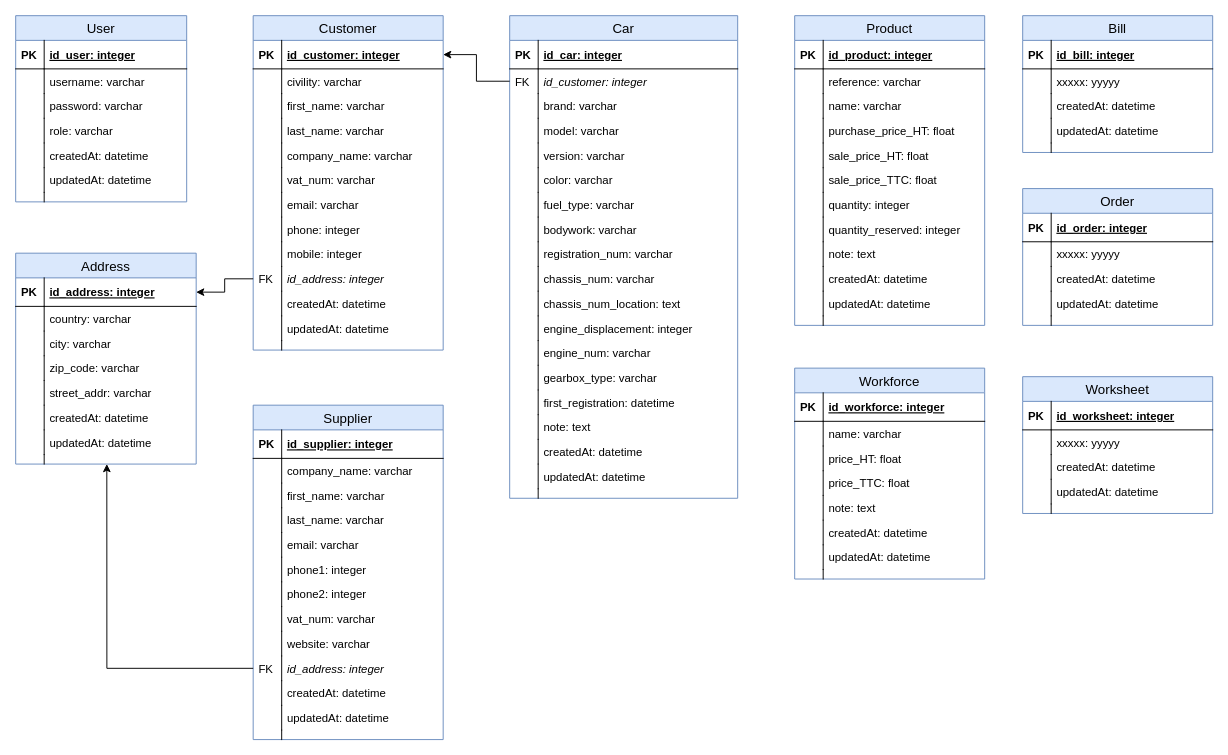
MMichotte/SLG_APP keeps this draw.io diagram as docs/database/slg_db_rel.drawio. Above is the earlier version. Source tidied: cells renumbered, new cells numbered last; positions are measured from the earlier drawing's top-left corner, leaving out a move shared by most shapes. Both pictures are drawn from the tidied source at 95%, with x=0, y=0 at pixel (15, 15).
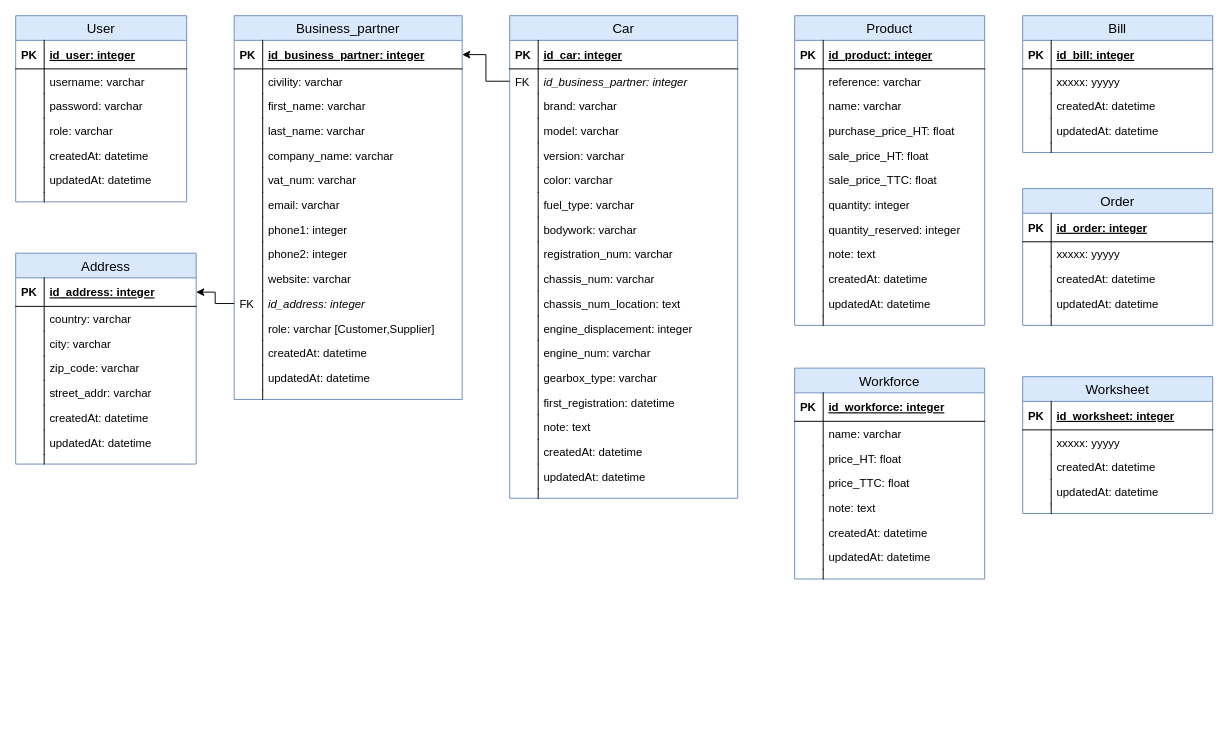
The same diagram, later.

The change refers to these unchanged cells:
```xml
<mxCell id="17" value="Car" style="swimlane;fontStyle=0;horizontal=1;startSize=26;fillColor=#dae8fc;swimlaneFillColor=#ffffff;align=center;fontSize=14;html=0;strokeColor=#6c8ebf;" parent="1" vertex="1">
  <mxGeometry x="520" width="240" height="508" as="geometry" />
</mxCell>
<mxCell id="98" style="shape=partialRectangle;top=0;left=0;right=0;bottom=0;align=left;verticalAlign=top;fillColor=none;spacingLeft=34;spacingRight=4;overflow=hidden;points=[[0,0.5],[1,0.5]];portConstraint=eastwest;fontSize=12;" parent="83" vertex="1">
  <mxGeometry y="212" width="190" height="10" as="geometry" />
</mxCell>
```

The edit, as a diff of the source:
```diff
@@
-    <mxCell id="20" value="id_customer: integer" style="shape=partialRectangle;top=0;left=0;right=0;bottom=0;align=left;verticalAlign=top;fillColor=none;spacingLeft=34;spacingRight=4;overflow=hidden;points=[[0,0.5],[1,0.5]];portConstraint=eastwest;fontSize=12;fontStyle=2;" parent="17" vertex="1">
+    <mxCell id="20" value="id_business_partner: integer" style="shape=partialRectangle;top=0;left=0;right=0;bottom=0;align=left;verticalAlign=top;fillColor=none;spacingLeft=34;spacingRight=4;overflow=hidden;points=[[0,0.5],[1,0.5]];portConstraint=eastwest;fontSize=12;fontStyle=2;" parent="17" vertex="1">
       <mxGeometry y="56" width="240" height="26" as="geometry" />
     </mxCell>
@@
-    <mxCell id="56" value="Customer" style="swimlane;fontStyle=0;horizontal=1;startSize=26;fillColor=#dae8fc;swimlaneFillColor=#ffffff;align=center;fontSize=14;html=0;strokeColor=#6c8ebf;" parent="1" vertex="1">
-      <mxGeometry x="250" width="200" height="352" as="geometry" />
+    <mxCell id="56" value="Business_partner" style="swimlane;fontStyle=0;horizontal=1;startSize=26;fillColor=#dae8fc;swimlaneFillColor=#ffffff;align=center;fontSize=14;html=0;strokeColor=#6c8ebf;" parent="1" vertex="1">
+      <mxGeometry x="230" width="240" height="404" as="geometry" />
     </mxCell>
-    <mxCell id="57" value="id_customer: integer" style="shape=partialRectangle;top=0;left=0;right=0;bottom=1;align=left;verticalAlign=middle;fillColor=none;spacingLeft=34;spacingRight=4;overflow=hidden;points=[[0,0.5],[1,0.5]];portConstraint=eastwest;fontStyle=5;fontSize=12;" parent="56" vertex="1">
-      <mxGeometry y="26" width="200" height="30" as="geometry" />
+    <mxCell id="57" value="id_business_partner: integer" style="shape=partialRectangle;top=0;left=0;right=0;bottom=1;align=left;verticalAlign=middle;fillColor=none;spacingLeft=34;spacingRight=4;overflow=hidden;points=[[0,0.5],[1,0.5]];portConstraint=eastwest;fontStyle=5;fontSize=12;" parent="56" vertex="1">
+      <mxGeometry y="26" width="240" height="30" as="geometry" />
     </mxCell>
@@
     <mxCell id="59" value="civility: varchar" style="shape=partialRectangle;top=0;left=0;right=0;bottom=0;align=left;verticalAlign=top;fillColor=none;spacingLeft=34;spacingRight=4;overflow=hidden;fontSize=12;" parent="56" vertex="1">
-      <mxGeometry y="56" width="200" height="26" as="geometry" />
+      <mxGeometry y="56" width="240" height="26" as="geometry" />
     </mxCell>
@@
     <mxCell id="61" value="first_name: varchar" style="shape=partialRectangle;top=0;left=0;right=0;bottom=0;align=left;verticalAlign=top;fillColor=none;spacingLeft=34;spacingRight=4;overflow=hidden;fontSize=12;" parent="56" vertex="1">
-      <mxGeometry y="82" width="200" height="26" as="geometry" />
+      <mxGeometry y="82" width="240" height="26" as="geometry" />
     </mxCell>
@@
     <mxCell id="63" value="last_name: varchar" style="shape=partialRectangle;top=0;left=0;right=0;bottom=0;align=left;verticalAlign=top;fillColor=none;spacingLeft=34;spacingRight=4;overflow=hidden;fontSize=12;" parent="56" vertex="1">
-      <mxGeometry y="108" width="200" height="26" as="geometry" />
+      <mxGeometry y="108" width="240" height="26" as="geometry" />
     </mxCell>
@@
     <mxCell id="65" value="company_name: varchar" style="shape=partialRectangle;top=0;left=0;right=0;bottom=0;align=left;verticalAlign=top;fillColor=none;spacingLeft=34;spacingRight=4;overflow=hidden;fontSize=12;" parent="56" vertex="1">
-      <mxGeometry y="134" width="200" height="26" as="geometry" />
+      <mxGeometry y="134" width="240" height="26" as="geometry" />
     </mxCell>
@@
     <mxCell id="67" value="vat_num: varchar" style="shape=partialRectangle;top=0;left=0;right=0;bottom=0;align=left;verticalAlign=top;fillColor=none;spacingLeft=34;spacingRight=4;overflow=hidden;fontSize=12;" parent="56" vertex="1">
-      <mxGeometry y="160" width="200" height="26" as="geometry" />
+      <mxGeometry y="160" width="240" height="26" as="geometry" />
     </mxCell>
@@
     <mxCell id="69" value="email: varchar" style="shape=partialRectangle;top=0;left=0;right=0;bottom=0;align=left;verticalAlign=top;fillColor=none;spacingLeft=34;spacingRight=4;overflow=hidden;fontSize=12;" parent="56" vertex="1">
-      <mxGeometry y="186" width="200" height="26" as="geometry" />
+      <mxGeometry y="186" width="240" height="26" as="geometry" />
     </mxCell>
@@
-    <mxCell id="71" value="phone: integer" style="shape=partialRectangle;top=0;left=0;right=0;bottom=0;align=left;verticalAlign=top;fillColor=none;spacingLeft=34;spacingRight=4;overflow=hidden;fontSize=12;" parent="56" vertex="1">
-      <mxGeometry y="212" width="200" height="26" as="geometry" />
+    <mxCell id="71" value="phone1: integer" style="shape=partialRectangle;top=0;left=0;right=0;bottom=0;align=left;verticalAlign=top;fillColor=none;spacingLeft=34;spacingRight=4;overflow=hidden;fontSize=12;" parent="56" vertex="1">
+      <mxGeometry y="212" width="240" height="26" as="geometry" />
     </mxCell>
@@
-    <mxCell id="73" value="mobile: integer" style="shape=partialRectangle;top=0;left=0;right=0;bottom=0;align=left;verticalAlign=top;fillColor=none;spacingLeft=34;spacingRight=4;overflow=hidden;fontSize=12;" parent="56" vertex="1">
-      <mxGeometry y="238" width="200" height="26" as="geometry" />
+    <mxCell id="73" value="phone2: integer" style="shape=partialRectangle;top=0;left=0;right=0;bottom=0;align=left;verticalAlign=top;fillColor=none;spacingLeft=34;spacingRight=4;overflow=hidden;fontSize=12;" parent="56" vertex="1">
+      <mxGeometry y="238" width="240" height="26" as="geometry" />
     </mxCell>
@@
+    <mxCell id="181" value="website: varchar" style="shape=partialRectangle;top=0;left=0;right=0;bottom=0;align=left;verticalAlign=top;fillColor=none;spacingLeft=34;spacingRight=4;overflow=hidden;fontSize=12;" parent="56" vertex="1">
+      <mxGeometry y="264" width="240" height="26" as="geometry" />
+    </mxCell>
+    <mxCell id="205" style="shape=partialRectangle;top=0;left=0;bottom=0;fillColor=none;align=left;verticalAlign=top;spacingLeft=4;spacingRight=4;overflow=hidden;fontSize=12;" parent="181" vertex="1">
+      <mxGeometry width="30" height="26" as="geometry" />
+    </mxCell>
     <mxCell id="75" value="id_address: integer" style="shape=partialRectangle;top=0;left=0;right=0;bottom=0;align=left;verticalAlign=top;fillColor=none;spacingLeft=34;spacingRight=4;overflow=hidden;points=[[0,0.5],[1,0.5]];portConstraint=eastwest;fontSize=12;fontStyle=2;" parent="56" vertex="1">
-      <mxGeometry y="264" width="200" height="26" as="geometry" />
+      <mxGeometry y="290" width="240" height="26" as="geometry" />
     </mxCell>
@@
-    <mxCell id="77" value="createdAt: datetime" style="shape=partialRectangle;top=0;left=0;right=0;bottom=0;align=left;verticalAlign=top;fillColor=none;spacingLeft=34;spacingRight=4;overflow=hidden;fontSize=12;" parent="56" vertex="1">
-      <mxGeometry y="290" width="200" height="26" as="geometry" />
+    <mxCell id="77" value="role: varchar [Customer,Supplier]" style="shape=partialRectangle;top=0;left=0;right=0;bottom=0;align=left;verticalAlign=top;fillColor=none;spacingLeft=34;spacingRight=4;overflow=hidden;fontSize=12;" parent="56" vertex="1">
+      <mxGeometry y="316" width="240" height="26" as="geometry" />
     </mxCell>
@@
+    <mxCell id="185" value="createdAt: datetime" style="shape=partialRectangle;top=0;left=0;right=0;bottom=0;align=left;verticalAlign=top;fillColor=none;spacingLeft=34;spacingRight=4;overflow=hidden;fontSize=12;" parent="56" vertex="1">
+      <mxGeometry y="342" width="240" height="26" as="geometry" />
+    </mxCell>
+    <mxCell id="206" style="shape=partialRectangle;top=0;left=0;bottom=0;fillColor=none;align=left;verticalAlign=top;spacingLeft=4;spacingRight=4;overflow=hidden;fontSize=12;" parent="185" vertex="1">
+      <mxGeometry width="30" height="26" as="geometry" />
+    </mxCell>
     <mxCell id="79" value="updatedAt: datetime" style="shape=partialRectangle;top=0;left=0;right=0;bottom=0;align=left;verticalAlign=top;fillColor=none;spacingLeft=34;spacingRight=4;overflow=hidden;fontSize=12;" parent="56" vertex="1">
-      <mxGeometry y="316" width="200" height="26" as="geometry" />
+      <mxGeometry y="368" width="240" height="26" as="geometry" />
     </mxCell>
@@
     <mxCell id="81" style="shape=partialRectangle;top=0;left=0;right=0;bottom=0;align=left;verticalAlign=top;fillColor=none;spacingLeft=34;spacingRight=4;overflow=hidden;fontSize=12;" parent="56" vertex="1">
-      <mxGeometry y="342" width="200" height="10" as="geometry" />
+      <mxGeometry y="394" width="240" height="10" as="geometry" />
     </mxCell>
@@
-    <mxCell id="164" value="Supplier" style="swimlane;fontStyle=0;horizontal=1;startSize=26;fillColor=#dae8fc;swimlaneFillColor=#ffffff;align=center;fontSize=14;html=0;strokeColor=#6c8ebf;" parent="1" vertex="1">
-      <mxGeometry x="250" y="410" width="200" height="352" as="geometry" />
-    </mxCell>
-    <mxCell id="165" value="id_supplier: integer" style="shape=partialRectangle;top=0;left=0;right=0;bottom=1;align=left;verticalAlign=middle;fillColor=none;spacingLeft=34;spacingRight=4;overflow=hidden;fontStyle=5;fontSize=12;" parent="164" vertex="1">
-      <mxGeometry y="26" width="200" height="30" as="geometry" />
-    </mxCell>
-    <mxCell id="166" value="PK" style="shape=partialRectangle;top=0;left=0;bottom=0;fillColor=none;align=left;verticalAlign=middle;spacingLeft=4;spacingRight=4;overflow=hidden;fontSize=12;fontStyle=1;" parent="165" vertex="1">
-      <mxGeometry width="30" height="30" as="geometry" />
-    </mxCell>
-    <mxCell id="167" value="company_name: varchar" style="shape=partialRectangle;top=0;left=0;right=0;bottom=0;align=left;verticalAlign=top;fillColor=none;spacingLeft=34;spacingRight=4;overflow=hidden;fontSize=12;" parent="164" vertex="1">
-      <mxGeometry y="56" width="200" height="26" as="geometry" />
-    </mxCell>
-    <mxCell id="168" style="shape=partialRectangle;top=0;left=0;bottom=0;fillColor=none;align=left;verticalAlign=top;spacingLeft=4;spacingRight=4;overflow=hidden;fontSize=12;" parent="167" vertex="1">
-      <mxGeometry width="30" height="26" as="geometry" />
-    </mxCell>
-    <mxCell id="169" value="first_name: varchar" style="shape=partialRectangle;top=0;left=0;right=0;bottom=0;align=left;verticalAlign=top;fillColor=none;spacingLeft=34;spacingRight=4;overflow=hidden;fontSize=12;" parent="164" vertex="1">
-      <mxGeometry y="82" width="200" height="26" as="geometry" />
-    </mxCell>
-    <mxCell id="170" style="shape=partialRectangle;top=0;left=0;bottom=0;fillColor=none;align=left;verticalAlign=top;spacingLeft=4;spacingRight=4;overflow=hidden;fontSize=12;" parent="169" vertex="1">
-      <mxGeometry width="30" height="26" as="geometry" />
-    </mxCell>
-    <mxCell id="171" value="last_name: varchar" style="shape=partialRectangle;top=0;left=0;right=0;bottom=0;align=left;verticalAlign=top;fillColor=none;spacingLeft=34;spacingRight=4;overflow=hidden;fontSize=12;" parent="164" vertex="1">
-      <mxGeometry y="108" width="200" height="26" as="geometry" />
-    </mxCell>
-    <mxCell id="172" style="shape=partialRectangle;top=0;left=0;bottom=0;fillColor=none;align=left;verticalAlign=top;spacingLeft=4;spacingRight=4;overflow=hidden;fontSize=12;" parent="171" vertex="1">
-      <mxGeometry width="30" height="26" as="geometry" />
-    </mxCell>
-    <mxCell id="173" value="email: varchar" style="shape=partialRectangle;top=0;left=0;right=0;bottom=0;align=left;verticalAlign=top;fillColor=none;spacingLeft=34;spacingRight=4;overflow=hidden;fontSize=12;" parent="164" vertex="1">
-      <mxGeometry y="134" width="200" height="26" as="geometry" />
-    </mxCell>
-    <mxCell id="174" style="shape=partialRectangle;top=0;left=0;bottom=0;fillColor=none;align=left;verticalAlign=top;spacingLeft=4;spacingRight=4;overflow=hidden;fontSize=12;" parent="173" vertex="1">
-      <mxGeometry width="30" height="26" as="geometry" />
-    </mxCell>
-    <mxCell id="175" value="phone1: integer" style="shape=partialRectangle;top=0;left=0;right=0;bottom=0;align=left;verticalAlign=top;fillColor=none;spacingLeft=34;spacingRight=4;overflow=hidden;fontSize=12;" parent="164" vertex="1">
-      <mxGeometry y="160" width="200" height="26" as="geometry" />
-    </mxCell>
-    <mxCell id="176" style="shape=partialRectangle;top=0;left=0;bottom=0;fillColor=none;align=left;verticalAlign=top;spacingLeft=4;spacingRight=4;overflow=hidden;fontSize=12;" parent="175" vertex="1">
-      <mxGeometry width="30" height="26" as="geometry" />
-    </mxCell>
-    <mxCell id="177" value="phone2: integer" style="shape=partialRectangle;top=0;left=0;right=0;bottom=0;align=left;verticalAlign=top;fillColor=none;spacingLeft=34;spacingRight=4;overflow=hidden;fontSize=12;" parent="164" vertex="1">
-      <mxGeometry y="186" width="200" height="26" as="geometry" />
-    </mxCell>
-    <mxCell id="178" style="shape=partialRectangle;top=0;left=0;bottom=0;fillColor=none;align=left;verticalAlign=top;spacingLeft=4;spacingRight=4;overflow=hidden;fontSize=12;" parent="177" vertex="1">
-      <mxGeometry width="30" height="26" as="geometry" />
-    </mxCell>
-    <mxCell id="179" value="vat_num: varchar" style="shape=partialRectangle;top=0;left=0;right=0;bottom=0;align=left;verticalAlign=top;fillColor=none;spacingLeft=34;spacingRight=4;overflow=hidden;fontSize=12;" parent="164" vertex="1">
-      <mxGeometry y="212" width="200" height="26" as="geometry" />
-    </mxCell>
-    <mxCell id="180" style="shape=partialRectangle;top=0;left=0;bottom=0;fillColor=none;align=left;verticalAlign=top;spacingLeft=4;spacingRight=4;overflow=hidden;fontSize=12;" parent="179" vertex="1">
-      <mxGeometry width="30" height="26" as="geometry" />
-    </mxCell>
-    <mxCell id="181" value="website: varchar" style="shape=partialRectangle;top=0;left=0;right=0;bottom=0;align=left;verticalAlign=top;fillColor=none;spacingLeft=34;spacingRight=4;overflow=hidden;fontSize=12;" parent="164" vertex="1">
-      <mxGeometry y="238" width="200" height="26" as="geometry" />
-    </mxCell>
-    <mxCell id="182" style="shape=partialRectangle;top=0;left=0;bottom=0;fillColor=none;align=left;verticalAlign=top;spacingLeft=4;spacingRight=4;overflow=hidden;fontSize=12;" parent="181" vertex="1">
-      <mxGeometry width="30" height="26" as="geometry" />
-    </mxCell>
-    <mxCell id="183" value="id_address: integer" style="shape=partialRectangle;top=0;left=0;right=0;bottom=0;align=left;verticalAlign=top;fillColor=none;spacingLeft=34;spacingRight=4;overflow=hidden;points=[[0,0.5],[1,0.5]];portConstraint=eastwest;fontSize=12;fontStyle=2;" parent="164" vertex="1">
-      <mxGeometry y="264" width="200" height="26" as="geometry" />
-    </mxCell>
-    <mxCell id="184" value="FK" style="shape=partialRectangle;top=0;left=0;bottom=0;fillColor=none;align=left;verticalAlign=top;spacingLeft=4;spacingRight=4;overflow=hidden;fontSize=12;" parent="183" vertex="1">
-      <mxGeometry width="30" height="26" as="geometry" />
-    </mxCell>
-    <mxCell id="185" value="createdAt: datetime" style="shape=partialRectangle;top=0;left=0;right=0;bottom=0;align=left;verticalAlign=top;fillColor=none;spacingLeft=34;spacingRight=4;overflow=hidden;fontSize=12;" parent="164" vertex="1">
-      <mxGeometry y="290" width="200" height="26" as="geometry" />
-    </mxCell>
-    <mxCell id="186" style="shape=partialRectangle;top=0;left=0;bottom=0;fillColor=none;align=left;verticalAlign=top;spacingLeft=4;spacingRight=4;overflow=hidden;fontSize=12;" parent="185" vertex="1">
-      <mxGeometry width="30" height="26" as="geometry" />
-    </mxCell>
-    <mxCell id="187" value="updatedAt: datetime" style="shape=partialRectangle;top=0;left=0;right=0;bottom=0;align=left;verticalAlign=top;fillColor=none;spacingLeft=34;spacingRight=4;overflow=hidden;fontSize=12;" parent="164" vertex="1">
-      <mxGeometry y="316" width="200" height="26" as="geometry" />
-    </mxCell>
-    <mxCell id="188" style="shape=partialRectangle;top=0;left=0;bottom=0;fillColor=none;align=left;verticalAlign=top;spacingLeft=4;spacingRight=4;overflow=hidden;fontSize=12;" parent="187" vertex="1">
-      <mxGeometry width="30" height="26" as="geometry" />
-    </mxCell>
-    <mxCell id="189" style="shape=partialRectangle;top=0;left=0;right=0;bottom=0;align=left;verticalAlign=top;fillColor=none;spacingLeft=34;spacingRight=4;overflow=hidden;fontSize=12;" parent="164" vertex="1">
-      <mxGeometry y="342" width="200" height="10" as="geometry" />
-    </mxCell>
-    <mxCell id="190" style="shape=partialRectangle;top=0;left=0;bottom=0;fillColor=none;align=left;verticalAlign=top;spacingLeft=4;spacingRight=4;overflow=hidden;fontSize=12;" parent="189" vertex="1">
-      <mxGeometry width="30" height="10" as="geometry" />
-    </mxCell>
@@
-    <mxCell id="203" style="edgeStyle=orthogonalEdgeStyle;rounded=0;jettySize=auto;html=1;entryX=0.505;entryY=1;entryDx=0;entryDy=0;entryPerimeter=0;" parent="1" edge="1" source="183" target="98">
-      <mxGeometry relative="1" as="geometry" />
-    </mxCell>
```
